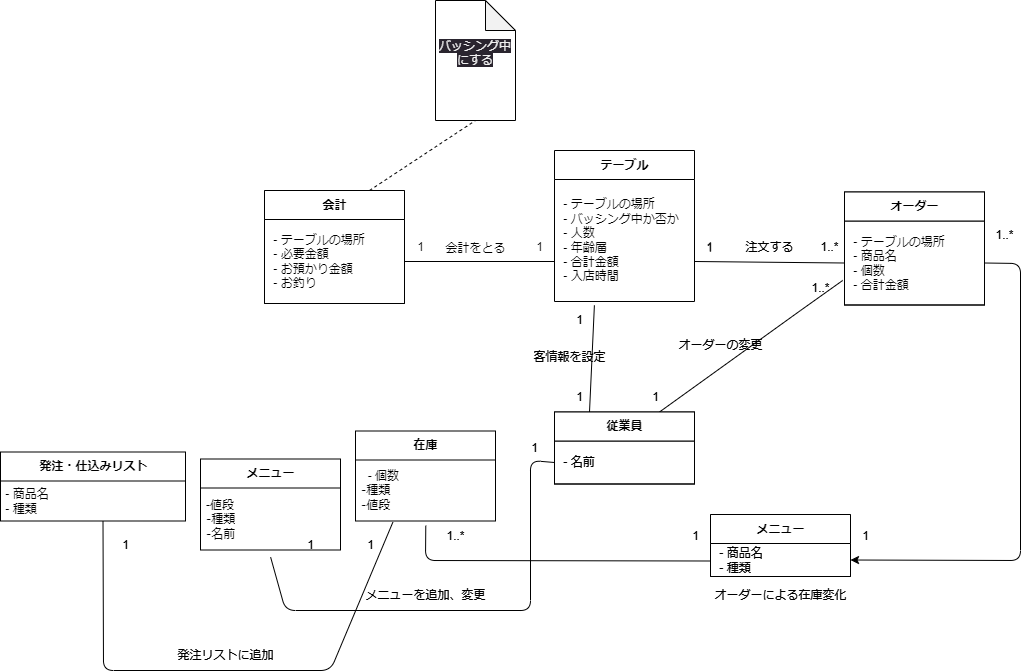
MasakiHiguchi/--- keeps this draw.io diagram as psp4/クラス図/クラス図_統合版.drawio.png. Above is the earlier version. Source tidied: cells renumbered, new cells last; positions are measured from the earlier drawing's top-left corner, leaving out a move shared by most shapes.
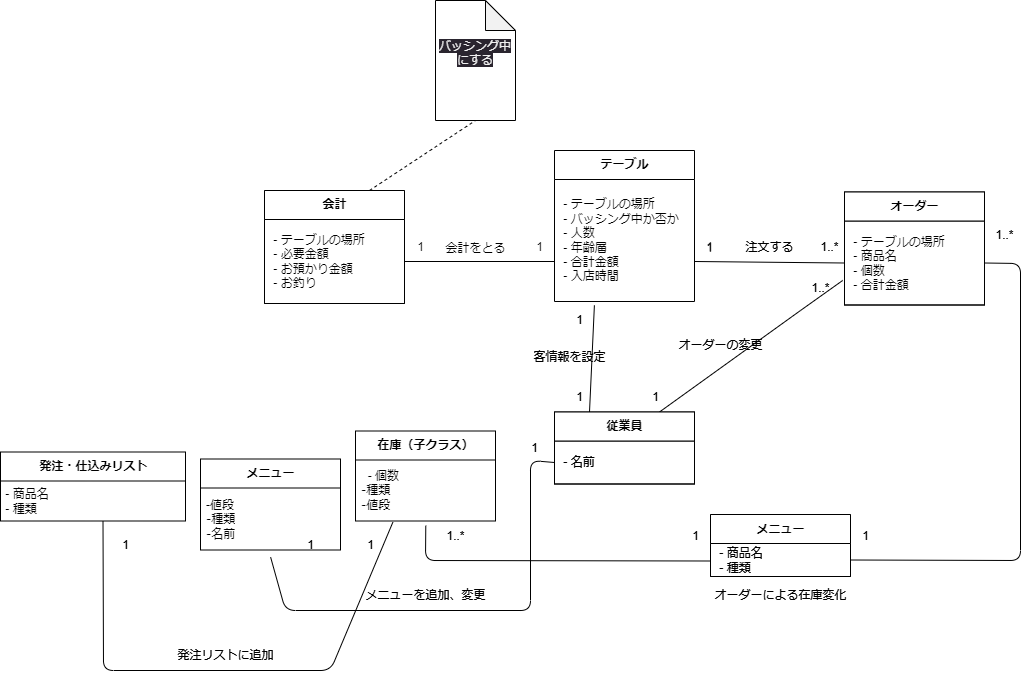
After the change.

What changed in the source:
```diff
@@ -91,7 +91,7 @@
     <mxCell id="29" value="オーダーによる在庫変化" style="text;html=1;align=center;verticalAlign=middle;strokeColor=none;fillColor=none;" parent="1" vertex="1">
       <mxGeometry x="700" y="580" width="160" height="30" as="geometry" />
     </mxCell>
-    <mxCell id="30" value="在庫" style="swimlane;fontStyle=1;align=center;verticalAlign=middle;horizontal=1;startSize=29;html=1;" parent="1" vertex="1">
+    <mxCell id="30" value="在庫（子クラス）" style="swimlane;fontStyle=1;align=center;verticalAlign=middle;horizontal=1;startSize=29;html=1;" parent="1" vertex="1">
       <mxGeometry x="355" y="430.5" width="140" height="90" as="geometry" />
     </mxCell>
     <mxCell id="31" value="&amp;nbsp;&amp;nbsp;- 個数&lt;br&gt;‐種類&lt;br&gt;‐値段" style="text;html=1;strokeColor=none;fillColor=none;align=left;verticalAlign=middle;spacingLeft=4;spacingRight=4;overflow=hidden;points=[[0,0.5],[1,0.5]];portConstraint=eastwest;" parent="30" vertex="1">
@@ -119,7 +119,7 @@
     <mxCell id="35" value="&amp;nbsp;- 商品名&lt;br&gt;&amp;nbsp;- 種類" style="text;html=1;strokeColor=none;fillColor=none;align=left;verticalAlign=middle;spacingLeft=4;spacingRight=4;overflow=hidden;points=[[0,0.5],[1,0.5]];portConstraint=eastwest;" parent="34" vertex="1">
       <mxGeometry y="29" width="140" height="33" as="geometry" />
     </mxCell>
-    <mxCell id="36" style="edgeStyle=none;html=1;exitX=1;exitY=0.5;exitDx=0;exitDy=0;entryX=1;entryY=0.5;entryDx=0;entryDy=0;" parent="1" edge="1" target="35">
+    <mxCell id="36" style="edgeStyle=none;html=1;exitX=1;exitY=0.5;exitDx=0;exitDy=0;entryX=1;entryY=0.5;entryDx=0;entryDy=0;endArrow=none;endFill=0;" parent="1" edge="1" target="35">
       <mxGeometry relative="1" as="geometry">
         <mxPoint x="984" y="262.5" as="sourcePoint" />
         <Array as="points">
```
